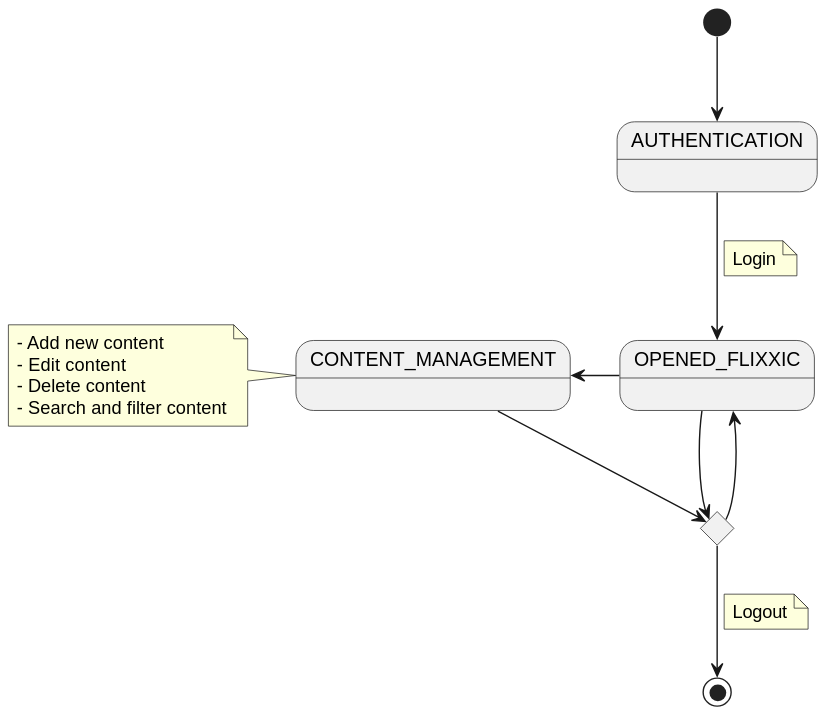
The PlantUML diagram images/docs/1-requeriments/1-actors-use-cases/admin/use-cases-context-v2.svg in vfred0/requeriments-flixxic, before a commit. Its diagram source:
```plantuml
@startuml use-cases-context-v2

[*] --> AUTHENTICATION
AUTHENTICATION --> OPENED_FLIXXIC
note on link
    Login
end note

OPENED_FLIXXIC -left-> CONTENT_MANAGEMENT
note left
    - Add new content
    - Edit content
    - Delete content
    - Search and filter content
end note

state continueManagement <<choice>>

OPENED_FLIXXIC --> continueManagement
CONTENT_MANAGEMENT --> continueManagement
continueManagement --> OPENED_FLIXXIC
continueManagement --> [*]
note on link
    Logout
end note
@enduml
```
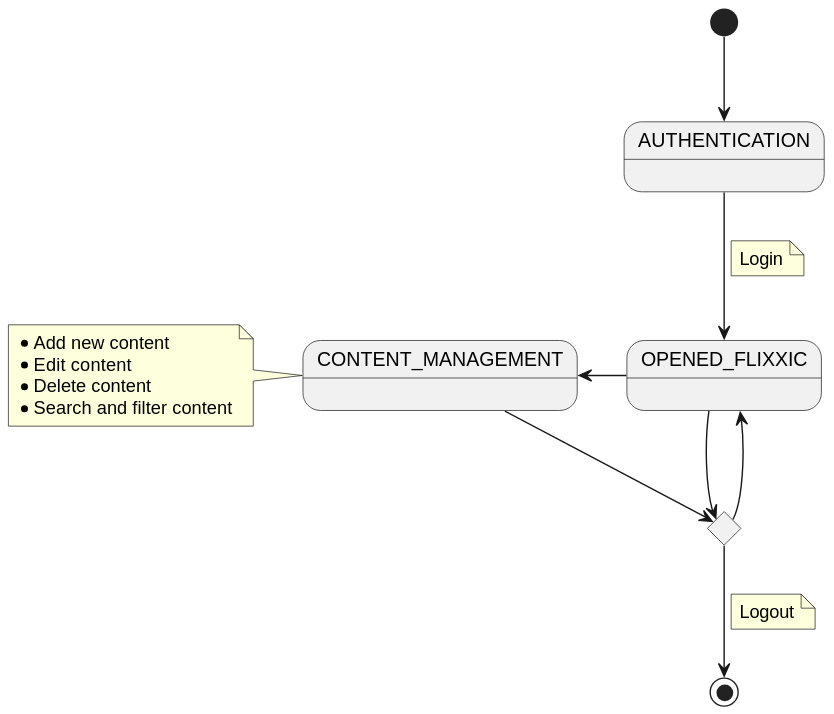
The same file after the commit.

Change to the diagram source:
```diff
@@ -8,10 +8,10 @@
 
 OPENED_FLIXXIC -left-> CONTENT_MANAGEMENT
 note left
-    - Add new content
-    - Edit content
-    - Delete content
-    - Search and filter content
+    * Add new content
+    * Edit content
+    * Delete content
+    * Search and filter content
 end note
 
 state continueManagement <<choice>>
```
